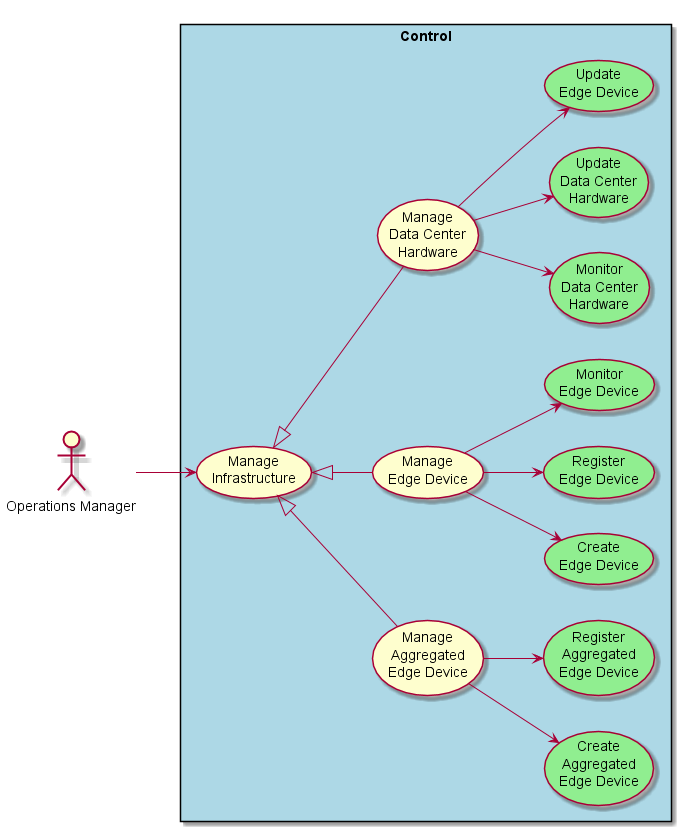
Before: docs/Solution/Control/UseCases.png, a diagram exported from PlantUML (CAADE/edgeville). Its diagram source:
```plantuml
@startuml

left to right direction

actor :Operations Manager: as User

rectangle "Control" #lightBlue {
  UseCase UC1 as "Manage\nInfrastructure"
  UseCase UCA as "Manage\nAggregated\nEdge Device"
  UseCase UC2 as "Create\nAggregated\nEdge Device" #lightgreen
  UseCase UC4 as "Register\nAggregated\nEdge Device" #lightgreen
  UseCase UCB as "Manage\nEdge Device"
  UseCase UC3 as "Create\nEdge Device" #lightgreen
  UseCase UC5 as "Register\nEdge Device" #lightgreen
  UseCase UC7 as "Monitor\nEdge Device" #lightgreen
  UseCase UCC as "Manage\nData Center\nHardware"
  UseCase UC8 as "Monitor\nData Center\nHardware" #lightgreen
  UseCase UC9 as "Update\nData Center\nHardware" #lightgreen
  UseCase UC0 as "Update\nEdge Device" #lightgreen

  User --> UC1
  UC1 <|-- UCA
  UCA --> UC2
  UCA --> UC4
  UC1 <|-- UCB
  UCB --> UC3
  UCB --> UC5
  UCB --> UC7
  UC1 <|-- UCC
  UCC --> UC8
  UCC --> UC9
  UCC --> UC0

}

@enduml
```
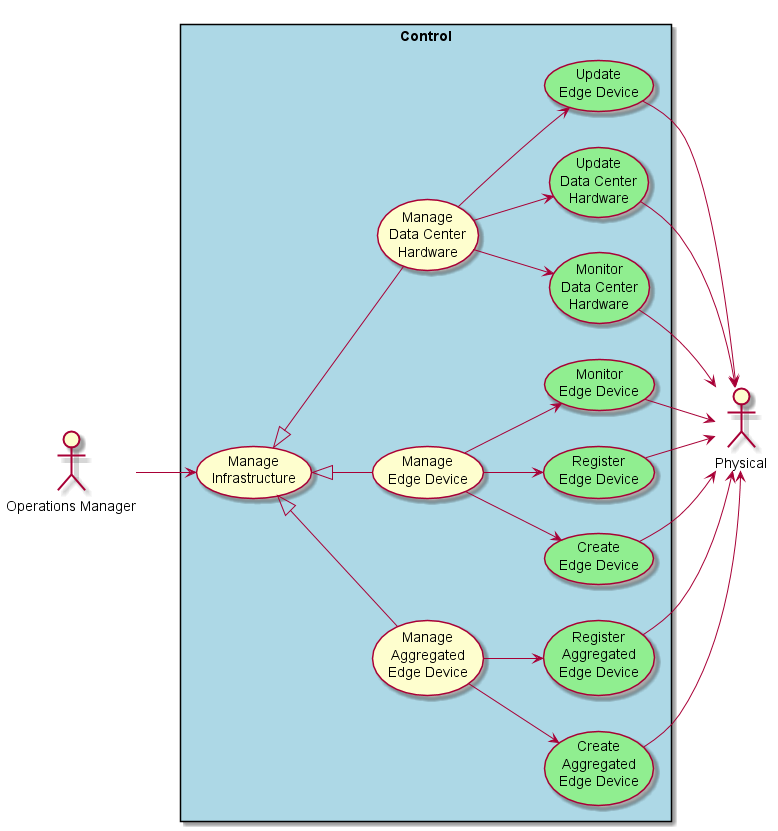
Later version of the same file.

Change to the diagram source:
```diff
@@ -3,6 +3,7 @@
 left to right direction
 
 actor :Operations Manager: as User
+actor :Physical: as Physical
 
 rectangle "Control" #lightBlue {
   UseCase UC1 as "Manage\nInfrastructure"
@@ -31,6 +32,15 @@
   UCC --> UC9
   UCC --> UC0
 
+  UC0 --> Physical
+  UC9 --> Physical
+  UC8 --> Physical
+  UC7 --> Physical
+  UC5 --> Physical
+  UC3 --> Physical
+  UC2 --> Physical
+  UC4 --> Physical
 }
 
+
 @enduml
```
